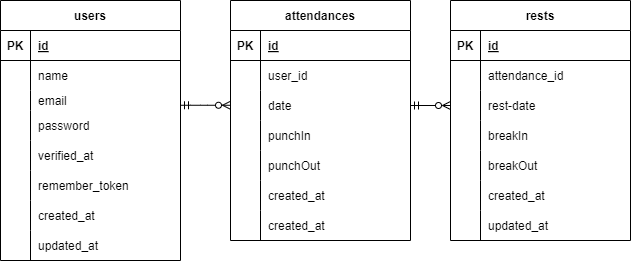
eto0831/attendance-2 keeps this draw.io diagram as src/erd.png. Above is the earlier version. Source tidied: cells renumbered, new cells last; positions are measured from the earlier drawing's top-left corner, leaving out a move shared by most shapes. The source it was exported from:
```xml
<mxGraphModel background="#ffffff">
  <root>
    <mxCell id="0" />
    <mxCell id="1" parent="0" />
    <mxCell id="2" value="users" style="shape=table;startSize=30;rowLines=0;fontStyle=1;align=center;" parent="1" vertex="1">
      <mxGeometry width="180" height="260" as="geometry" />
    </mxCell>
    <mxCell id="3" style="shape=tableRow;horizontal=0;startSize=0;swimlaneHead=0;swimlaneBody=0;fillColor=none;top=0;left=0;right=0;bottom=1;" parent="2" vertex="1">
      <mxGeometry y="30" width="180" height="30" as="geometry" />
    </mxCell>
    <mxCell id="4" value="PK" style="shape=partialRectangle;fillColor=none;top=0;left=0;bottom=0;right=0;fontStyle=1;overflow=hidden;" parent="3" vertex="1">
      <mxGeometry width="30" height="30" as="geometry" />
    </mxCell>
    <mxCell id="5" value="id" style="shape=partialRectangle;fillColor=none;top=0;left=0;bottom=0;right=0;align=left;spacingLeft=6;fontStyle=5;overflow=hidden;" parent="3" vertex="1">
      <mxGeometry x="30" width="150" height="30" as="geometry" />
    </mxCell>
    <mxCell id="6" style="shape=tableRow;horizontal=0;startSize=0;swimlaneHead=0;swimlaneBody=0;fillColor=none;top=0;left=0;right=0;bottom=0;" parent="2" vertex="1">
      <mxGeometry y="60" width="180" height="30" as="geometry" />
    </mxCell>
    <mxCell id="7" style="shape=partialRectangle;fillColor=none;top=0;left=0;bottom=0;right=0;overflow=hidden;" parent="6" vertex="1">
      <mxGeometry width="30" height="30" as="geometry" />
    </mxCell>
    <mxCell id="8" value="name " style="shape=partialRectangle;fillColor=none;top=0;left=0;bottom=0;right=0;align=left;spacingLeft=6;overflow=hidden;" parent="6" vertex="1">
      <mxGeometry x="30" width="150" height="30" as="geometry" />
    </mxCell>
    <mxCell id="9" style="shape=tableRow;horizontal=0;startSize=0;swimlaneHead=0;swimlaneBody=0;fillColor=none;top=0;left=0;right=0;bottom=0;" parent="2" vertex="1">
      <mxGeometry y="90" width="180" height="20" as="geometry" />
    </mxCell>
    <mxCell id="10" style="shape=partialRectangle;fillColor=none;top=0;left=0;bottom=0;right=0;overflow=hidden;" parent="9" vertex="1">
      <mxGeometry width="30" height="20" as="geometry" />
    </mxCell>
    <mxCell id="11" value="email" style="shape=partialRectangle;fillColor=none;top=0;left=0;bottom=0;right=0;align=left;spacingLeft=6;overflow=hidden;" parent="9" vertex="1">
      <mxGeometry x="30" width="150" height="20" as="geometry" />
    </mxCell>
    <mxCell id="12" style="shape=tableRow;horizontal=0;startSize=0;swimlaneHead=0;swimlaneBody=0;fillColor=none;top=0;left=0;right=0;bottom=0;" parent="2" vertex="1">
      <mxGeometry y="110" width="180" height="30" as="geometry" />
    </mxCell>
    <mxCell id="13" style="shape=partialRectangle;fillColor=none;top=0;left=0;bottom=0;right=0;overflow=hidden;" parent="12" vertex="1">
      <mxGeometry width="30" height="30" as="geometry" />
    </mxCell>
    <mxCell id="14" value="password" style="shape=partialRectangle;fillColor=none;top=0;left=0;bottom=0;right=0;align=left;spacingLeft=6;overflow=hidden;" parent="12" vertex="1">
      <mxGeometry x="30" width="150" height="30" as="geometry" />
    </mxCell>
    <mxCell id="15" style="shape=tableRow;horizontal=0;startSize=0;swimlaneHead=0;swimlaneBody=0;fillColor=none;top=0;left=0;right=0;bottom=0;" parent="2" vertex="1">
      <mxGeometry y="140" width="180" height="30" as="geometry" />
    </mxCell>
    <mxCell id="16" style="shape=partialRectangle;fillColor=none;top=0;left=0;bottom=0;right=0;overflow=hidden;" parent="15" vertex="1">
      <mxGeometry width="30" height="30" as="geometry" />
    </mxCell>
    <mxCell id="17" value="verified_at" style="shape=partialRectangle;fillColor=none;top=0;left=0;bottom=0;right=0;align=left;spacingLeft=6;overflow=hidden;" parent="15" vertex="1">
      <mxGeometry x="30" width="150" height="30" as="geometry" />
    </mxCell>
    <mxCell id="18" style="shape=tableRow;horizontal=0;startSize=0;swimlaneHead=0;swimlaneBody=0;fillColor=none;top=0;left=0;right=0;bottom=0;" parent="2" vertex="1">
      <mxGeometry y="170" width="180" height="30" as="geometry" />
    </mxCell>
    <mxCell id="19" style="shape=partialRectangle;fillColor=none;top=0;left=0;bottom=0;right=0;overflow=hidden;" parent="18" vertex="1">
      <mxGeometry width="30" height="30" as="geometry" />
    </mxCell>
    <mxCell id="20" value="remember_token" style="shape=partialRectangle;fillColor=none;top=0;left=0;bottom=0;right=0;align=left;spacingLeft=6;overflow=hidden;" parent="18" vertex="1">
      <mxGeometry x="30" width="150" height="30" as="geometry" />
    </mxCell>
    <mxCell id="21" style="shape=tableRow;horizontal=0;startSize=0;swimlaneHead=0;swimlaneBody=0;fillColor=none;top=0;left=0;right=0;bottom=0;" parent="2" vertex="1">
      <mxGeometry y="200" width="180" height="30" as="geometry" />
    </mxCell>
    <mxCell id="22" style="shape=partialRectangle;fillColor=none;top=0;left=0;bottom=0;right=0;overflow=hidden;" parent="21" vertex="1">
      <mxGeometry width="30" height="30" as="geometry" />
    </mxCell>
    <mxCell id="23" value="created_at" style="shape=partialRectangle;fillColor=none;top=0;left=0;bottom=0;right=0;align=left;spacingLeft=6;overflow=hidden;" parent="21" vertex="1">
      <mxGeometry x="30" width="150" height="30" as="geometry" />
    </mxCell>
    <mxCell id="24" style="shape=tableRow;horizontal=0;startSize=0;swimlaneHead=0;swimlaneBody=0;fillColor=none;top=0;left=0;right=0;bottom=0;" parent="2" vertex="1">
      <mxGeometry y="230" width="180" height="30" as="geometry" />
    </mxCell>
    <mxCell id="25" style="shape=partialRectangle;fillColor=none;top=0;left=0;bottom=0;right=0;overflow=hidden;" parent="24" vertex="1">
      <mxGeometry width="30" height="30" as="geometry" />
    </mxCell>
    <mxCell id="26" value="updated_at" style="shape=partialRectangle;fillColor=none;top=0;left=0;bottom=0;right=0;align=left;spacingLeft=6;overflow=hidden;" parent="24" vertex="1">
      <mxGeometry x="30" width="150" height="30" as="geometry" />
    </mxCell>
    <mxCell id="27" value="attendances" style="shape=table;startSize=30;rowLines=0;fontStyle=1;align=center;" parent="1" vertex="1">
      <mxGeometry x="230" width="180" height="240" as="geometry" />
    </mxCell>
    <mxCell id="28" style="shape=tableRow;horizontal=0;startSize=0;swimlaneHead=0;swimlaneBody=0;fillColor=none;top=0;left=0;right=0;bottom=1;" parent="27" vertex="1">
      <mxGeometry y="30" width="180" height="30" as="geometry" />
    </mxCell>
    <mxCell id="29" value="PK" style="shape=partialRectangle;fillColor=none;top=0;left=0;bottom=0;right=0;fontStyle=1;overflow=hidden;" parent="28" vertex="1">
      <mxGeometry width="30" height="30" as="geometry" />
    </mxCell>
    <mxCell id="30" value="id" style="shape=partialRectangle;fillColor=none;top=0;left=0;bottom=0;right=0;align=left;spacingLeft=6;fontStyle=5;overflow=hidden;" parent="28" vertex="1">
      <mxGeometry x="30" width="150" height="30" as="geometry" />
    </mxCell>
    <mxCell id="31" style="shape=tableRow;horizontal=0;startSize=0;swimlaneHead=0;swimlaneBody=0;fillColor=none;top=0;left=0;right=0;bottom=0;" parent="27" vertex="1">
      <mxGeometry y="60" width="180" height="30" as="geometry" />
    </mxCell>
    <mxCell id="32" style="shape=partialRectangle;fillColor=none;top=0;left=0;bottom=0;right=0;overflow=hidden;" parent="31" vertex="1">
      <mxGeometry width="30" height="30" as="geometry" />
    </mxCell>
    <mxCell id="33" value="user_id" style="shape=partialRectangle;fillColor=none;top=0;left=0;bottom=0;right=0;align=left;spacingLeft=6;overflow=hidden;" parent="31" vertex="1">
      <mxGeometry x="30" width="150" height="30" as="geometry" />
    </mxCell>
    <mxCell id="34" style="shape=tableRow;horizontal=0;startSize=0;swimlaneHead=0;swimlaneBody=0;fillColor=none;points=[[0,0.5],[1,0.5]];portConstraint=eastwest;top=0;left=0;right=0;bottom=0;" parent="27" vertex="1">
      <mxGeometry y="90" width="180" height="30" as="geometry" />
    </mxCell>
    <mxCell id="35" style="shape=partialRectangle;fillColor=none;top=0;left=0;bottom=0;right=0;overflow=hidden;" parent="34" vertex="1">
      <mxGeometry width="30" height="30" as="geometry" />
    </mxCell>
    <mxCell id="36" value="date" style="shape=partialRectangle;fillColor=none;top=0;left=0;bottom=0;right=0;align=left;spacingLeft=6;overflow=hidden;" parent="34" vertex="1">
      <mxGeometry x="30" width="150" height="30" as="geometry" />
    </mxCell>
    <mxCell id="37" style="shape=tableRow;horizontal=0;startSize=0;swimlaneHead=0;swimlaneBody=0;fillColor=none;top=0;left=0;right=0;bottom=0;" parent="27" vertex="1">
      <mxGeometry y="120" width="180" height="30" as="geometry" />
    </mxCell>
    <mxCell id="38" style="shape=partialRectangle;fillColor=none;top=0;left=0;bottom=0;right=0;overflow=hidden;" parent="37" vertex="1">
      <mxGeometry width="30" height="30" as="geometry" />
    </mxCell>
    <mxCell id="39" value="punchIn" style="shape=partialRectangle;fillColor=none;top=0;left=0;bottom=0;right=0;align=left;spacingLeft=6;overflow=hidden;" parent="37" vertex="1">
      <mxGeometry x="30" width="150" height="30" as="geometry" />
    </mxCell>
    <mxCell id="40" style="shape=tableRow;horizontal=0;startSize=0;swimlaneHead=0;swimlaneBody=0;fillColor=none;top=0;left=0;right=0;bottom=0;" parent="27" vertex="1">
      <mxGeometry y="150" width="180" height="30" as="geometry" />
    </mxCell>
    <mxCell id="41" style="shape=partialRectangle;fillColor=none;top=0;left=0;bottom=0;right=0;overflow=hidden;" parent="40" vertex="1">
      <mxGeometry width="30" height="30" as="geometry" />
    </mxCell>
    <mxCell id="42" value="punchOut" style="shape=partialRectangle;fillColor=none;top=0;left=0;bottom=0;right=0;align=left;spacingLeft=6;overflow=hidden;" parent="40" vertex="1">
      <mxGeometry x="30" width="150" height="30" as="geometry" />
    </mxCell>
    <mxCell id="43" style="shape=tableRow;horizontal=0;startSize=0;swimlaneHead=0;swimlaneBody=0;fillColor=none;top=0;left=0;right=0;bottom=0;" parent="27" vertex="1">
      <mxGeometry y="180" width="180" height="30" as="geometry" />
    </mxCell>
    <mxCell id="44" style="shape=partialRectangle;fillColor=none;top=0;left=0;bottom=0;right=0;overflow=hidden;" parent="43" vertex="1">
      <mxGeometry width="30" height="30" as="geometry" />
    </mxCell>
    <mxCell id="45" value="created_at" style="shape=partialRectangle;fillColor=none;top=0;left=0;bottom=0;right=0;align=left;spacingLeft=6;overflow=hidden;" parent="43" vertex="1">
      <mxGeometry x="30" width="150" height="30" as="geometry" />
    </mxCell>
    <mxCell id="46" style="shape=tableRow;horizontal=0;startSize=0;swimlaneHead=0;swimlaneBody=0;fillColor=none;top=0;left=0;right=0;bottom=0;" parent="27" vertex="1">
      <mxGeometry y="210" width="180" height="30" as="geometry" />
    </mxCell>
    <mxCell id="47" style="shape=partialRectangle;fillColor=none;top=0;left=0;bottom=0;right=0;overflow=hidden;" parent="46" vertex="1">
      <mxGeometry width="30" height="30" as="geometry" />
    </mxCell>
    <mxCell id="48" value="created_at" style="shape=partialRectangle;fillColor=none;top=0;left=0;bottom=0;right=0;align=left;spacingLeft=6;overflow=hidden;" parent="46" vertex="1">
      <mxGeometry x="30" width="150" height="30" as="geometry" />
    </mxCell>
    <mxCell id="49" value="rests" style="shape=table;startSize=30;rowLines=0;fontStyle=1;align=center;" parent="1" vertex="1">
      <mxGeometry x="450" width="180" height="240" as="geometry" />
    </mxCell>
    <mxCell id="50" style="shape=tableRow;horizontal=0;startSize=0;swimlaneHead=0;swimlaneBody=0;fillColor=none;top=0;left=0;right=0;bottom=1;" parent="49" vertex="1">
      <mxGeometry y="30" width="180" height="30" as="geometry" />
    </mxCell>
    <mxCell id="51" value="PK" style="shape=partialRectangle;fillColor=none;top=0;left=0;bottom=0;right=0;fontStyle=1;overflow=hidden;" parent="50" vertex="1">
      <mxGeometry width="30" height="30" as="geometry" />
    </mxCell>
    <mxCell id="52" value="id" style="shape=partialRectangle;fillColor=none;top=0;left=0;bottom=0;right=0;align=left;spacingLeft=6;fontStyle=5;overflow=hidden;" parent="50" vertex="1">
      <mxGeometry x="30" width="150" height="30" as="geometry" />
    </mxCell>
    <mxCell id="53" style="shape=tableRow;horizontal=0;startSize=0;swimlaneHead=0;swimlaneBody=0;fillColor=none;top=0;left=0;right=0;bottom=0;" parent="49" vertex="1">
      <mxGeometry y="60" width="180" height="30" as="geometry" />
    </mxCell>
    <mxCell id="54" style="shape=partialRectangle;fillColor=none;top=0;left=0;bottom=0;right=0;overflow=hidden;" parent="53" vertex="1">
      <mxGeometry width="30" height="30" as="geometry" />
    </mxCell>
    <mxCell id="55" value="attendance_id" style="shape=partialRectangle;fillColor=none;top=0;left=0;bottom=0;right=0;align=left;spacingLeft=6;overflow=hidden;" parent="53" vertex="1">
      <mxGeometry x="30" width="150" height="30" as="geometry" />
    </mxCell>
    <mxCell id="56" style="shape=tableRow;horizontal=0;startSize=0;swimlaneHead=0;swimlaneBody=0;fillColor=none;points=[[0,0.5],[1,0.5]];portConstraint=eastwest;top=0;left=0;right=0;bottom=0;" parent="49" vertex="1">
      <mxGeometry y="90" width="180" height="30" as="geometry" />
    </mxCell>
    <mxCell id="57" style="shape=partialRectangle;fillColor=none;top=0;left=0;bottom=0;right=0;overflow=hidden;" parent="56" vertex="1">
      <mxGeometry width="30" height="30" as="geometry" />
    </mxCell>
    <mxCell id="58" value="rest-date" style="shape=partialRectangle;fillColor=none;top=0;left=0;bottom=0;right=0;align=left;spacingLeft=6;overflow=hidden;" parent="56" vertex="1">
      <mxGeometry x="30" width="150" height="30" as="geometry" />
    </mxCell>
    <mxCell id="59" style="shape=tableRow;horizontal=0;startSize=0;swimlaneHead=0;swimlaneBody=0;fillColor=none;top=0;left=0;right=0;bottom=0;" parent="49" vertex="1">
      <mxGeometry y="120" width="180" height="30" as="geometry" />
    </mxCell>
    <mxCell id="60" style="shape=partialRectangle;fillColor=none;top=0;left=0;bottom=0;right=0;overflow=hidden;" parent="59" vertex="1">
      <mxGeometry width="30" height="30" as="geometry" />
    </mxCell>
    <mxCell id="61" value="breakIn" style="shape=partialRectangle;fillColor=none;top=0;left=0;bottom=0;right=0;align=left;spacingLeft=6;overflow=hidden;" parent="59" vertex="1">
      <mxGeometry x="30" width="150" height="30" as="geometry" />
    </mxCell>
    <mxCell id="62" style="shape=tableRow;horizontal=0;startSize=0;swimlaneHead=0;swimlaneBody=0;fillColor=none;top=0;left=0;right=0;bottom=0;" parent="49" vertex="1">
      <mxGeometry y="150" width="180" height="30" as="geometry" />
    </mxCell>
    <mxCell id="63" style="shape=partialRectangle;fillColor=none;top=0;left=0;bottom=0;right=0;overflow=hidden;" parent="62" vertex="1">
      <mxGeometry width="30" height="30" as="geometry" />
    </mxCell>
    <mxCell id="64" value="breakOut" style="shape=partialRectangle;fillColor=none;top=0;left=0;bottom=0;right=0;align=left;spacingLeft=6;overflow=hidden;" parent="62" vertex="1">
      <mxGeometry x="30" width="150" height="30" as="geometry" />
    </mxCell>
    <mxCell id="65" style="shape=tableRow;horizontal=0;startSize=0;swimlaneHead=0;swimlaneBody=0;fillColor=none;top=0;left=0;right=0;bottom=0;" parent="49" vertex="1">
      <mxGeometry y="180" width="180" height="30" as="geometry" />
    </mxCell>
    <mxCell id="66" style="shape=partialRectangle;fillColor=none;top=0;left=0;bottom=0;right=0;overflow=hidden;" parent="65" vertex="1">
      <mxGeometry width="30" height="30" as="geometry" />
    </mxCell>
    <mxCell id="67" value="created_at" style="shape=partialRectangle;fillColor=none;top=0;left=0;bottom=0;right=0;align=left;spacingLeft=6;overflow=hidden;" parent="65" vertex="1">
      <mxGeometry x="30" width="150" height="30" as="geometry" />
    </mxCell>
    <mxCell id="68" style="shape=tableRow;horizontal=0;startSize=0;swimlaneHead=0;swimlaneBody=0;fillColor=none;top=0;left=0;right=0;bottom=0;" parent="49" vertex="1">
      <mxGeometry y="210" width="180" height="30" as="geometry" />
    </mxCell>
    <mxCell id="69" style="shape=partialRectangle;fillColor=none;top=0;left=0;bottom=0;right=0;overflow=hidden;" parent="68" vertex="1">
      <mxGeometry width="30" height="30" as="geometry" />
    </mxCell>
    <mxCell id="70" value="updated_at" style="shape=partialRectangle;fillColor=none;top=0;left=0;bottom=0;right=0;align=left;spacingLeft=6;overflow=hidden;" parent="68" vertex="1">
      <mxGeometry x="30" width="150" height="30" as="geometry" />
    </mxCell>
    <mxCell id="71" style="fontSize=12;html=1;endArrow=ERzeroToMany;startArrow=ERmandOne;endFill=0;" parent="1" edge="1">
      <mxGeometry relative="1" as="geometry">
        <mxPoint x="180" y="104.8" as="sourcePoint" />
        <mxPoint x="230" y="104.8" as="targetPoint" />
        <Array as="points">
          <mxPoint x="200" y="104.8" />
        </Array>
      </mxGeometry>
    </mxCell>
    <mxCell id="72" style="fontSize=12;html=1;endArrow=ERzeroToMany;startArrow=ERmandOne;exitX=1;exitY=0.5;exitDx=0;exitDy=0;endFill=0;entryX=0;entryY=0.5;entryDx=0;entryDy=0;" parent="1" edge="1" source="34" target="56">
      <mxGeometry relative="1" as="geometry" />
    </mxCell>
  </root>
</mxGraphModel>
```
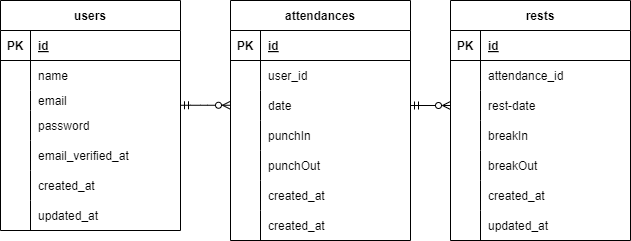
After the commit.

What changed in the source:
```diff
@@ -1,9 +1,9 @@
-<mxGraphModel background="#ffffff">
+<mxGraphModel>
   <root>
     <mxCell id="0" />
     <mxCell id="1" parent="0" />
     <mxCell id="2" value="users" style="shape=table;startSize=30;rowLines=0;fontStyle=1;align=center;" parent="1" vertex="1">
-      <mxGeometry width="180" height="260" as="geometry" />
+      <mxGeometry width="180" height="230" as="geometry" />
     </mxCell>
     <mxCell id="3" style="shape=tableRow;horizontal=0;startSize=0;swimlaneHead=0;swimlaneBody=0;fillColor=none;top=0;left=0;right=0;bottom=1;" parent="2" vertex="1">
       <mxGeometry y="30" width="180" height="30" as="geometry" />
@@ -47,20 +47,11 @@
     <mxCell id="16" style="shape=partialRectangle;fillColor=none;top=0;left=0;bottom=0;right=0;overflow=hidden;" parent="15" vertex="1">
       <mxGeometry width="30" height="30" as="geometry" />
     </mxCell>
-    <mxCell id="17" value="verified_at" style="shape=partialRectangle;fillColor=none;top=0;left=0;bottom=0;right=0;align=left;spacingLeft=6;overflow=hidden;" parent="15" vertex="1">
+    <mxCell id="17" value="email_verified_at" style="shape=partialRectangle;fillColor=none;top=0;left=0;bottom=0;right=0;align=left;spacingLeft=6;overflow=hidden;" parent="15" vertex="1">
       <mxGeometry x="30" width="150" height="30" as="geometry" />
     </mxCell>
-    <mxCell id="18" style="shape=tableRow;horizontal=0;startSize=0;swimlaneHead=0;swimlaneBody=0;fillColor=none;top=0;left=0;right=0;bottom=0;" parent="2" vertex="1">
-      <mxGeometry y="170" width="180" height="30" as="geometry" />
-    </mxCell>
-    <mxCell id="19" style="shape=partialRectangle;fillColor=none;top=0;left=0;bottom=0;right=0;overflow=hidden;" parent="18" vertex="1">
-      <mxGeometry width="30" height="30" as="geometry" />
-    </mxCell>
-    <mxCell id="20" value="remember_token" style="shape=partialRectangle;fillColor=none;top=0;left=0;bottom=0;right=0;align=left;spacingLeft=6;overflow=hidden;" parent="18" vertex="1">
-      <mxGeometry x="30" width="150" height="30" as="geometry" />
-    </mxCell>
     <mxCell id="21" style="shape=tableRow;horizontal=0;startSize=0;swimlaneHead=0;swimlaneBody=0;fillColor=none;top=0;left=0;right=0;bottom=0;" parent="2" vertex="1">
-      <mxGeometry y="200" width="180" height="30" as="geometry" />
+      <mxGeometry y="170" width="180" height="30" as="geometry" />
     </mxCell>
     <mxCell id="22" style="shape=partialRectangle;fillColor=none;top=0;left=0;bottom=0;right=0;overflow=hidden;" parent="21" vertex="1">
       <mxGeometry width="30" height="30" as="geometry" />
@@ -69,7 +60,7 @@
       <mxGeometry x="30" width="150" height="30" as="geometry" />
     </mxCell>
     <mxCell id="24" style="shape=tableRow;horizontal=0;startSize=0;swimlaneHead=0;swimlaneBody=0;fillColor=none;top=0;left=0;right=0;bottom=0;" parent="2" vertex="1">
-      <mxGeometry y="230" width="180" height="30" as="geometry" />
+      <mxGeometry y="200" width="180" height="30" as="geometry" />
     </mxCell>
     <mxCell id="25" style="shape=partialRectangle;fillColor=none;top=0;left=0;bottom=0;right=0;overflow=hidden;" parent="24" vertex="1">
       <mxGeometry width="30" height="30" as="geometry" />
```
